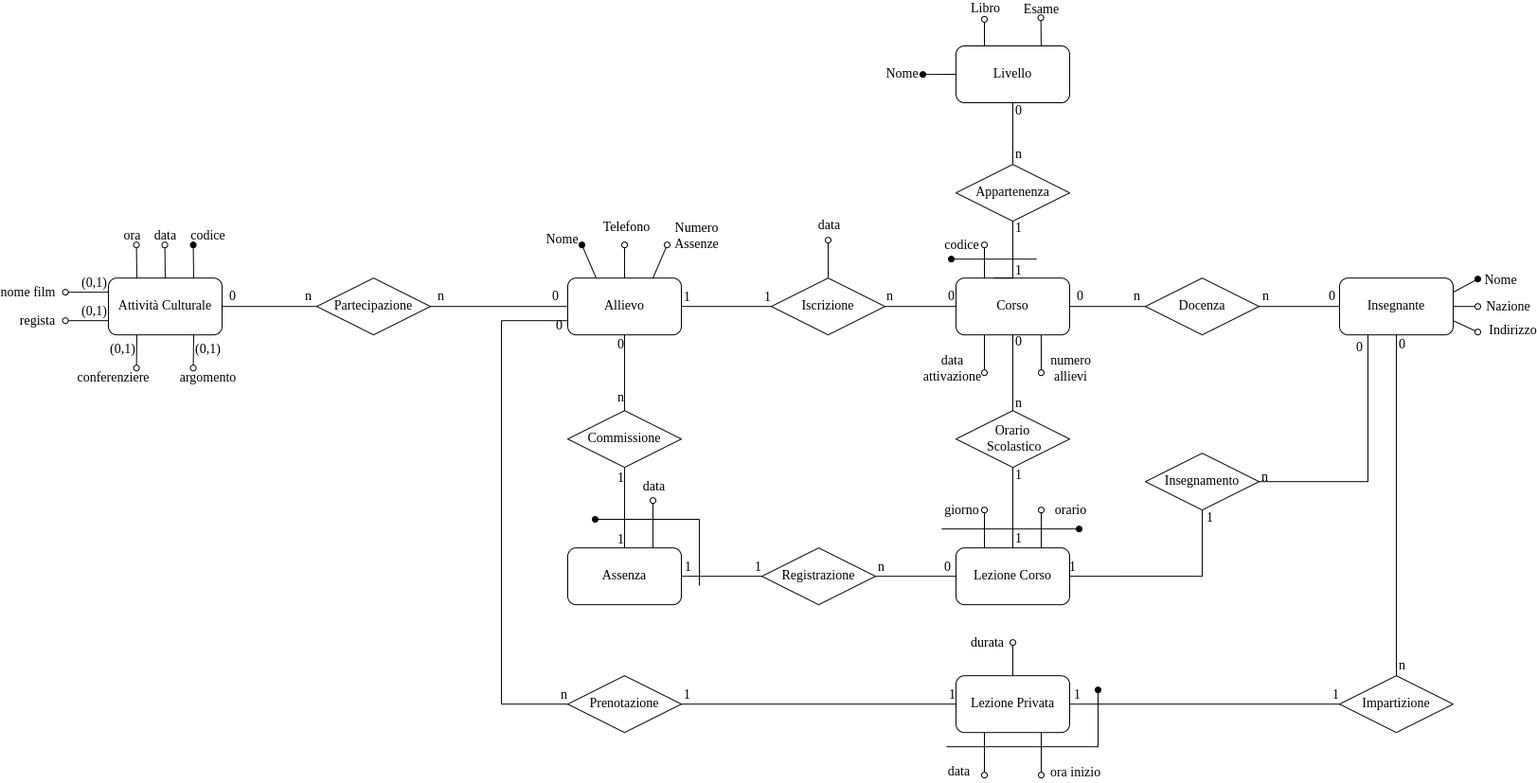
This is doc/Foto_Documentazione/Diagramma_ER_Ristrutturato.png from SimoneNicosanti/DataBase_Project, a draw.io export, as it was before one commit. Source tidied: cells renumbered, new cells last; positions are measured from the earlier drawing's top-left corner, leaving out a move shared by most shapes.
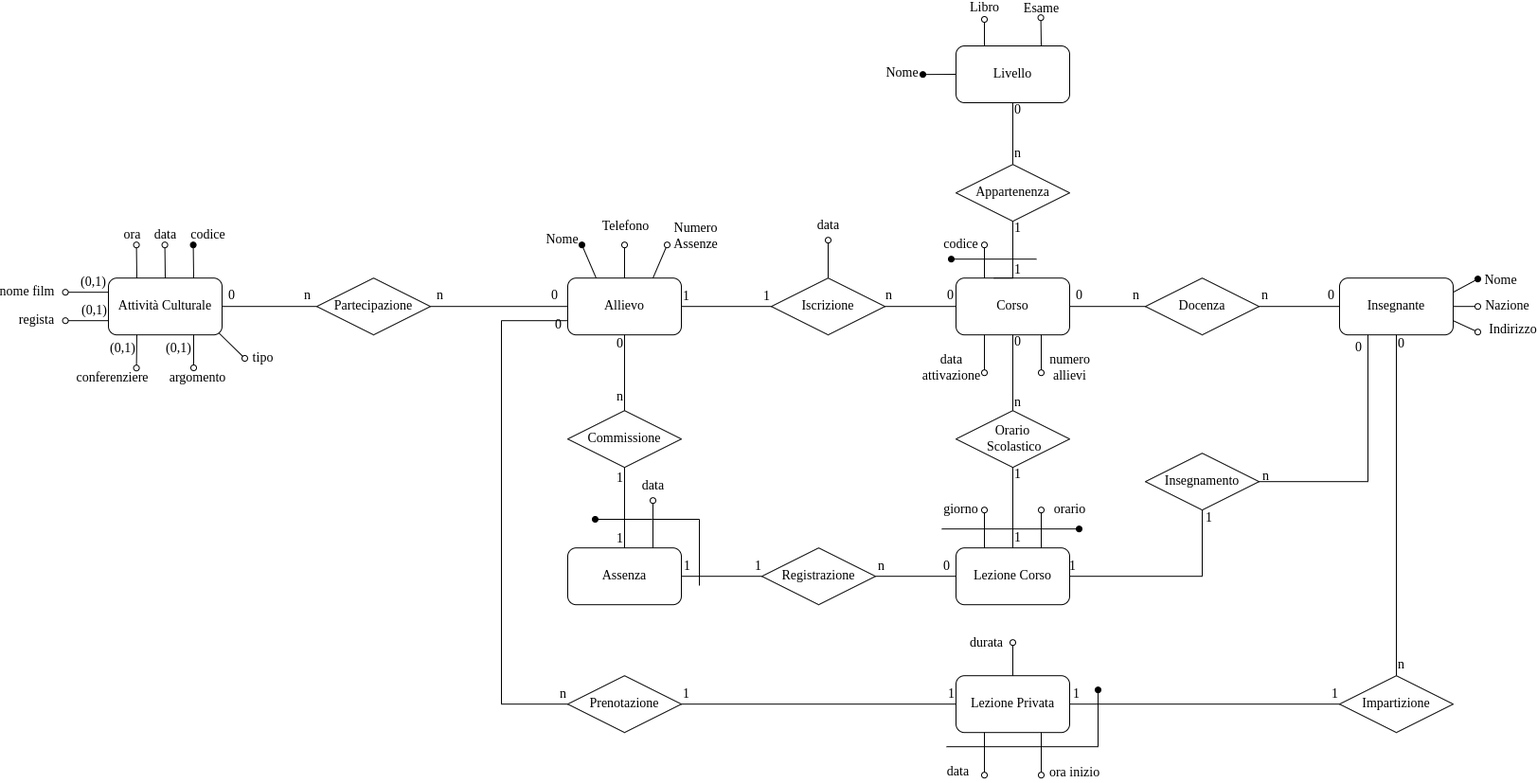
The same file after the commit.

Diff of the diagram source:
```diff
@@ -570,14 +570,14 @@
         <mxPoint x="14" y="-9" as="offset" />
       </mxGeometry>
     </mxCell>
-    <mxCell id="127" style="endArrow=oval;html=1;rounded=0;fontFamily=Times New Roman;fontSize=14;fillColor=#000000;exitX=0.25;exitY=1;exitDx=0;exitDy=0;endFill=0;" parent="1" edge="1" source="114">
+    <mxCell id="127" style="endArrow=oval;html=1;rounded=0;fontFamily=Times New Roman;fontSize=14;fillColor=#000000;endFill=0;exitX=0.25;exitY=1;exitDx=0;exitDy=0;" parent="1" edge="1" source="114">
       <mxGeometry relative="1" as="geometry">
         <mxPoint x="74.6" y="370.2" as="targetPoint" />
       </mxGeometry>
     </mxCell>
     <mxCell id="128" value="conferenziere" style="edgeLabel;html=1;align=center;verticalAlign=middle;fontSize=14;fontFamily=Times New Roman;labelBackgroundColor=none;" parent="127" vertex="1">
       <mxGeometry x="0.49" y="-1" relative="1" as="geometry">
-        <mxPoint x="-24" y="19" as="offset" />
+        <mxPoint x="-25" y="19" as="offset" />
       </mxGeometry>
     </mxCell>
     <mxCell id="129" value="(0,1)" style="edgeLabel;html=1;align=center;verticalAlign=middle;fontSize=14;fontFamily=Times New Roman;labelBackgroundColor=none;" parent="127" vertex="1">
@@ -587,17 +587,17 @@
     </mxCell>
     <mxCell id="130" style="endArrow=oval;html=1;rounded=0;fontFamily=Times New Roman;fontSize=14;fillColor=#000000;exitX=0.75;exitY=1;exitDx=0;exitDy=0;endFill=0;" parent="1" edge="1" source="114">
       <mxGeometry relative="1" as="geometry">
-        <mxPoint x="134.6" y="370.2" as="targetPoint" />
+        <mxPoint x="135" y="370" as="targetPoint" />
       </mxGeometry>
     </mxCell>
     <mxCell id="131" value="argomento" style="edgeLabel;html=1;align=center;verticalAlign=middle;fontSize=14;fontFamily=Times New Roman;labelBackgroundColor=none;" parent="130" vertex="1">
       <mxGeometry x="0.49" y="-1" relative="1" as="geometry">
-        <mxPoint x="16" y="19" as="offset" />
+        <mxPoint x="5" y="19" as="offset" />
       </mxGeometry>
     </mxCell>
     <mxCell id="132" value="(0,1)" style="edgeLabel;html=1;align=center;verticalAlign=middle;fontSize=14;fontFamily=Times New Roman;labelBackgroundColor=none;" parent="130" vertex="1">
       <mxGeometry x="-0.27" y="1" relative="1" as="geometry">
-        <mxPoint x="14" y="2" as="offset" />
+        <mxPoint x="-17" y="2" as="offset" />
       </mxGeometry>
     </mxCell>
     <mxCell id="133" value="Partecipazione" style="rhombus;whiteSpace=wrap;html=1;fontFamily=Times New Roman;fontSize=14;fillColor=default;" parent="1" vertex="1">
@@ -649,5 +649,15 @@
         </Array>
       </mxGeometry>
     </mxCell>
+    <mxCell id="143" style="endArrow=none;html=1;rounded=0;startArrow=oval;startFill=0;entryX=0.975;entryY=0.973;entryDx=0;entryDy=0;entryPerimeter=0;" parent="1" edge="1" target="114">
+      <mxGeometry relative="1" as="geometry">
+        <mxPoint x="189" y="360" as="sourcePoint" />
+      </mxGeometry>
+    </mxCell>
+    <mxCell id="144" value="tipo" style="edgeLabel;html=1;align=center;verticalAlign=middle;labelBackgroundColor=none;fontSize=14;fontFamily=Times New Roman;" parent="143" vertex="1">
+      <mxGeometry x="-0.29" y="-1" relative="1" as="geometry">
+        <mxPoint x="28" y="10" as="offset" />
+      </mxGeometry>
+    </mxCell>
   </root>
 </mxGraphModel>
```
